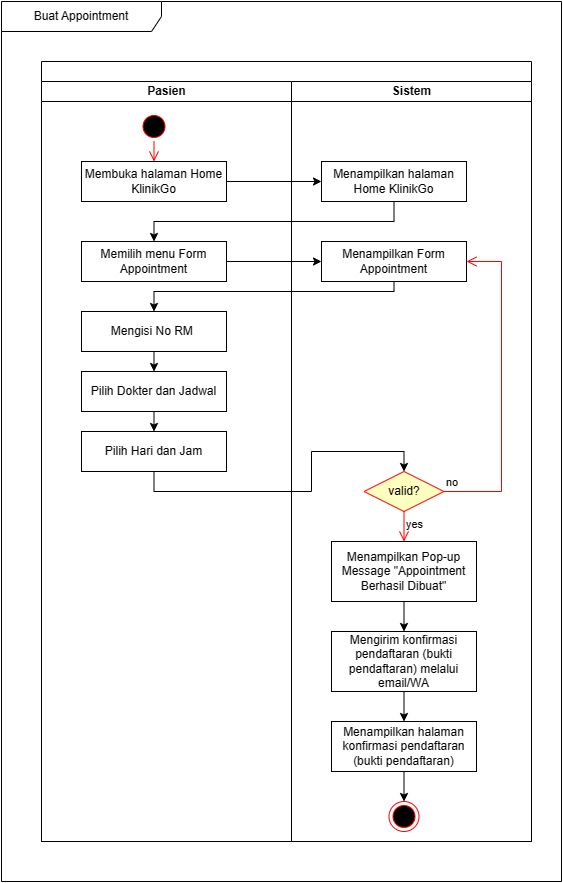
Before: DiagramSistemPendaftaranPasien-activity2.drawio.png, a diagram exported from draw.io (dwirahmadita/SistemPendafatranPasien). Source tidied: cells renumbered, new cells last; positions are measured from the earlier drawing's top-left corner, leaving out a move shared by most shapes.
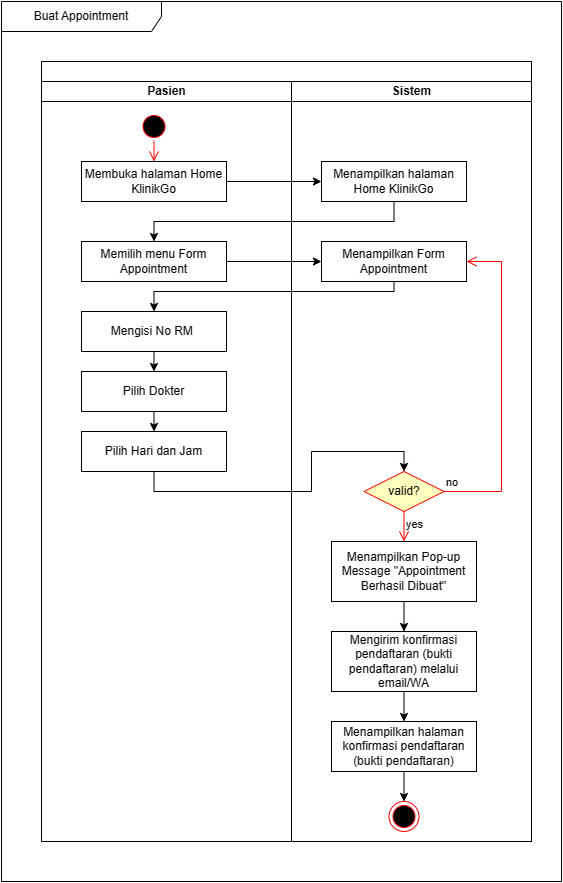
The same file after the commit.

Diff of the diagram source:
```diff
@@ -29,7 +29,7 @@
     <mxCell id="10" style="edgeStyle=orthogonalEdgeStyle;rounded=0;jettySize=auto;html=1;exitX=0.5;exitY=1;exitDx=0;exitDy=0;entryX=0.5;entryY=0;entryDx=0;entryDy=0;" parent="4" edge="1" source="11" target="13">
       <mxGeometry relative="1" as="geometry" />
     </mxCell>
-    <mxCell id="11" value="Pilih Dokter dan Jadwal" style="html=1;whiteSpace=wrap;" parent="4" vertex="1">
+    <mxCell id="11" value="Pilih Dokter" style="html=1;whiteSpace=wrap;" parent="4" vertex="1">
       <mxGeometry x="40" y="290" width="145" height="40" as="geometry" />
     </mxCell>
     <mxCell id="12" style="edgeStyle=orthogonalEdgeStyle;rounded=0;jettySize=auto;html=1;exitX=0.5;exitY=1;exitDx=0;exitDy=0;entryX=0.5;entryY=0;entryDx=0;entryDy=0;" parent="4" edge="1" source="9" target="11">
```
